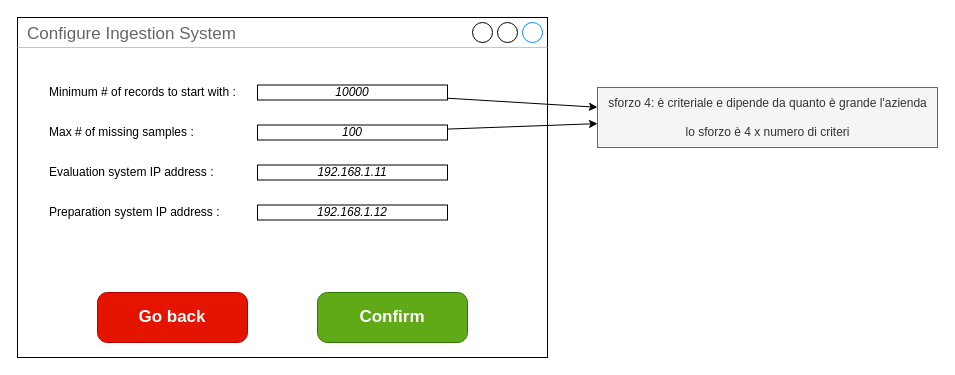
BaffoBello14/AutomaticDamagesRecognition keeps this draw.io diagram as configure/Capecchi/ingestion_system(CAPE).drawio. Above is the earlier version. Source tidied: cells renumbered, new cells numbered last; positions are measured from the earlier drawing's top-left corner, leaving out a move shared by most shapes. Both pictures are drawn from the tidied source at 100%, with x=0, y=0 at pixel (17, 17).
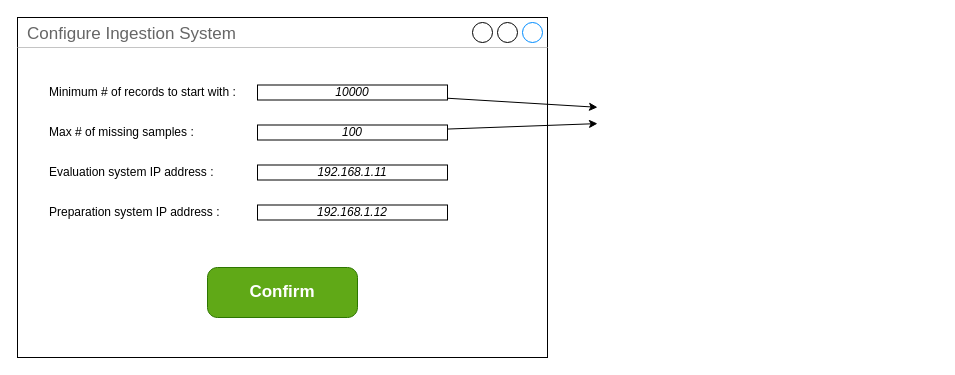
Above is the later version.

The edit, as a diff of the source:
```diff
@@
 <mxGraphModel>
   <root>
     <mxCell id="0" />
     <mxCell id="1" parent="0" />
     <mxCell id="2" value="Configure Ingestion System" style="strokeWidth=1;shadow=0;dashed=0;align=center;html=1;shape=mxgraph.mockup.containers.window;align=left;verticalAlign=top;spacingLeft=8;strokeColor2=#008cff;strokeColor3=#c4c4c4;fontColor=#666666;mainText=;fontSize=17;labelBackgroundColor=none;whiteSpace=wrap;" parent="1" vertex="1">
       <mxGeometry width="530" height="340" as="geometry" />
     </mxCell>
     <mxCell id="3" value="Confirm" style="strokeWidth=1;shadow=0;dashed=0;align=center;html=1;shape=mxgraph.mockup.buttons.button;strokeColor=#2D7600;fontColor=#ffffff;mainText=;buttonStyle=round;fontSize=17;fontStyle=1;fillColor=#60a917;whiteSpace=wrap;" parent="1" vertex="1">
-      <mxGeometry x="300" y="275" width="150" height="50" as="geometry" />
+      <mxGeometry x="190" y="250" width="150" height="50" as="geometry" />
     </mxCell>
-    <mxCell id="4" value="Go back" style="strokeWidth=1;shadow=0;dashed=0;align=center;html=1;shape=mxgraph.mockup.buttons.button;strokeColor=#B20000;mainText=;buttonStyle=round;fontSize=17;fontStyle=1;fillColor=#e51400;whiteSpace=wrap;fontColor=#ffffff;" parent="1" vertex="1">
-      <mxGeometry x="80" y="275" width="150" height="50" as="geometry" />
-    </mxCell>
     <mxCell id="5" value="Minimum # of records to start with :" style="text;html=1;strokeColor=none;fillColor=none;align=left;verticalAlign=middle;whiteSpace=wrap;rounded=0;" parent="1" vertex="1">
       <mxGeometry x="30" y="60" width="210" height="30" as="geometry" />
     </mxCell>
-    <mxCell id="6" style="edgeStyle=none;html=1;" parent="1" edge="1" source="7" target="15">
-      <mxGeometry relative="1" as="geometry" />
+    <mxCell id="6" style="edgeStyle=none;html=1;" parent="1" edge="1" source="7">
+      <mxGeometry relative="1" as="geometry">
+        <mxPoint x="580" y="89.8" as="targetPoint" />
+      </mxGeometry>
     </mxCell>
     <mxCell id="7" value="&lt;i&gt;&lt;font&gt;10000&lt;/font&gt;&lt;/i&gt;" style="rounded=0;whiteSpace=wrap;html=1;fontColor=#000000;" parent="1" vertex="1">
       <mxGeometry x="240" y="67.5" width="190" height="15" as="geometry" />
     </mxCell>
     <mxCell id="8" value="Max # of missing samples :" style="text;html=1;strokeColor=none;fillColor=none;align=left;verticalAlign=middle;whiteSpace=wrap;rounded=0;" parent="1" vertex="1">
       <mxGeometry x="30" y="100" width="210" height="30" as="geometry" />
     </mxCell>
-    <mxCell id="9" style="edgeStyle=none;html=1;" parent="1" edge="1" source="10" target="15">
-      <mxGeometry relative="1" as="geometry" />
+    <mxCell id="9" style="edgeStyle=none;html=1;" parent="1" edge="1" source="10">
+      <mxGeometry relative="1" as="geometry">
+        <mxPoint x="580" y="106.1" as="targetPoint" />
+      </mxGeometry>
     </mxCell>
     <mxCell id="10" value="&lt;i&gt;&lt;font&gt;100&lt;/font&gt;&lt;/i&gt;" style="rounded=0;whiteSpace=wrap;html=1;fontColor=#000000;" parent="1" vertex="1">
       <mxGeometry x="240" y="107.5" width="190" height="15" as="geometry" />
     </mxCell>
     <mxCell id="11" value="Evaluation system IP address :" style="text;html=1;strokeColor=none;fillColor=none;align=left;verticalAlign=middle;whiteSpace=wrap;rounded=0;" parent="1" vertex="1">
       <mxGeometry x="30" y="140" width="210" height="30" as="geometry" />
     </mxCell>
     <mxCell id="12" value="&lt;i style=&quot;border-color: var(--border-color);&quot;&gt;&lt;font style=&quot;border-color: var(--border-color);&quot;&gt;192.168.1.11&lt;/font&gt;&lt;/i&gt;" style="rounded=0;whiteSpace=wrap;html=1;fontColor=#000000;" parent="1" vertex="1">
       <mxGeometry x="240" y="147.5" width="190" height="15" as="geometry" />
     </mxCell>
     <mxCell id="13" value="Preparation system IP address :" style="text;html=1;strokeColor=none;fillColor=none;align=left;verticalAlign=middle;whiteSpace=wrap;rounded=0;" parent="1" vertex="1">
       <mxGeometry x="30" y="180" width="210" height="30" as="geometry" />
     </mxCell>
     <mxCell id="14" value="&lt;i style=&quot;border-color: var(--border-color);&quot;&gt;&lt;font style=&quot;border-color: var(--border-color);&quot;&gt;192.168.1.12&lt;/font&gt;&lt;/i&gt;" style="rounded=0;whiteSpace=wrap;html=1;fontColor=#000000;" parent="1" vertex="1">
       <mxGeometry x="240" y="187.5" width="190" height="15" as="geometry" />
     </mxCell>
-    <mxCell id="15" value="sforzo 4: è criteriale e dipende da quanto è grande l'azienda&lt;br&gt;&lt;br&gt;lo sforzo è 4 x numero di criteri" style="text;html=1;align=center;verticalAlign=middle;points=[];fillColor=#f5f5f5;fontColor=#333333;strokeColor=#666666;" parent="1" vertex="1">
-      <mxGeometry x="580" y="70" width="340" height="60" as="geometry" />
-    </mxCell>
   </root>
 </mxGraphModel>
```
